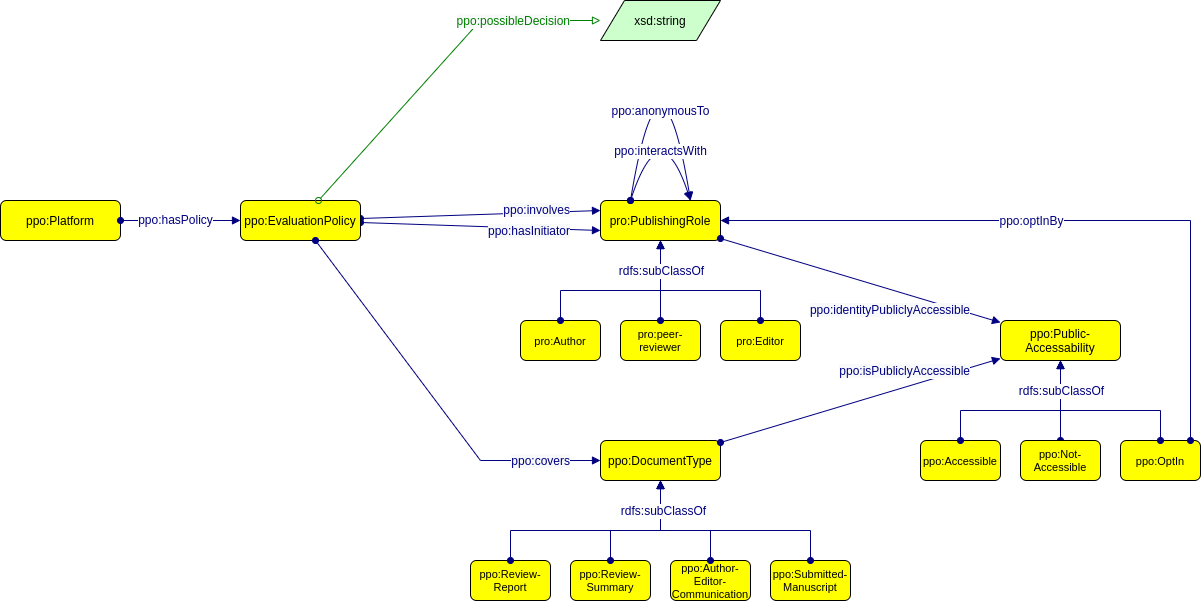
Above: ontology/img/job_ontology-Evaluation.drawio.png in CWTSLeiden/Journal-Observatory-data (draw.io), before the change. Source tidied: cells renumbered, new cells last; positions are measured from the earlier drawing's top-left corner, leaving out a move shared by most shapes.
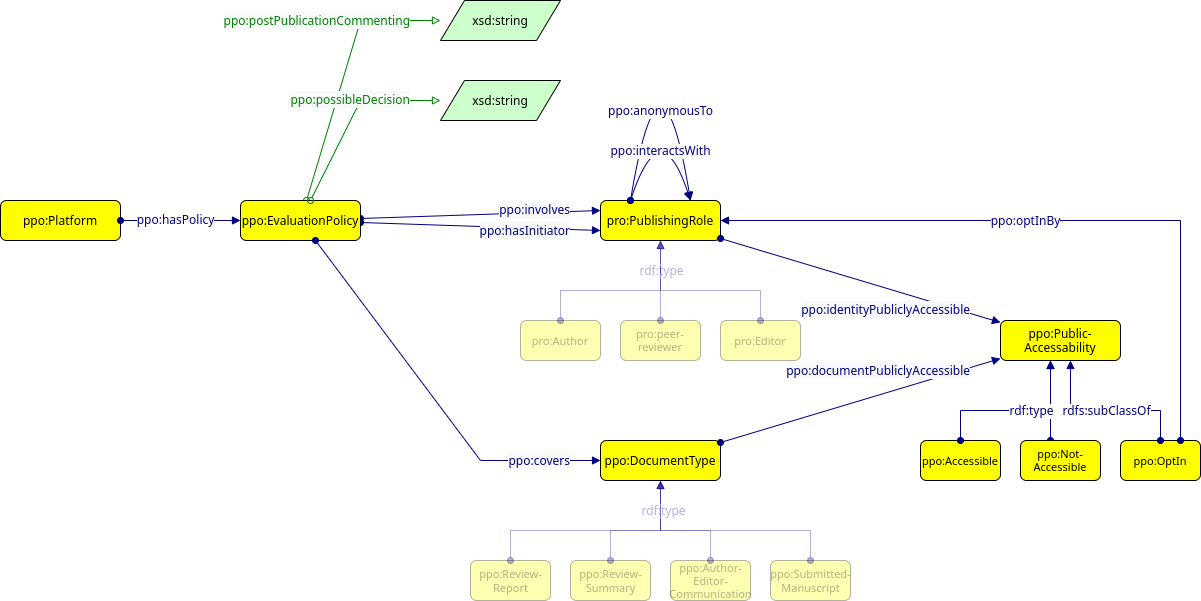
After the change.

The edit, as a diff of the source:
```diff
@@ -2,6 +2,18 @@
   <root>
     <mxCell id="0" />
     <mxCell id="1" parent="0" />
+    <mxCell id="51" style="graphMlID=e2;rounded=0;endArrow=block;strokeColor=#008000;strokeWidth=1.0;startArrow=oval;startFill=0;endFill=0;fontFamily=Helvetica;fontSize=12;" parent="1" edge="1" source="6" target="54">
+      <mxGeometry relative="1" as="geometry">
+        <Array as="points">
+          <mxPoint x="360" y="20" />
+        </Array>
+      </mxGeometry>
+    </mxCell>
+    <mxCell id="52" value="&lt;font color=&quot;#008000&quot;&gt;&lt;span style=&quot;background-color: rgb(248, 249, 250);&quot;&gt;ppo:postPublicationCommenting&lt;/span&gt;&lt;/font&gt;" style="text;html=1;align=right;verticalAlign=middle;labelBackgroundColor=#ffffff;fontFamily=Helvetica;fontSize=12;" parent="51" vertex="1">
+      <mxGeometry x="-0.09" y="3" relative="1" as="geometry">
+        <mxPoint x="72" y="-62" as="offset" />
+      </mxGeometry>
+    </mxCell>
     <mxCell id="2" style="graphMlID=e0;rounded=0;endArrow=block;strokeColor=#000080;strokeWidth=1.0;startArrow=oval;startFill=1;endFill=1;fontFamily=Helvetica;fontSize=11;entryX=0;entryY=0.75;entryDx=0;entryDy=0;" parent="1" edge="1" source="6" target="13">
       <mxGeometry relative="1" as="geometry" />
     </mxCell>
@@ -33,17 +45,17 @@
     <mxCell id="10" style="graphMlID=e2;rounded=0;endArrow=block;strokeColor=#008000;strokeWidth=1.0;startArrow=oval;startFill=0;endFill=0;fontFamily=Helvetica;fontSize=12;" parent="1" edge="1" source="6" target="12">
       <mxGeometry relative="1" as="geometry">
         <Array as="points">
-          <mxPoint x="480" y="20" />
+          <mxPoint x="360" y="100" />
         </Array>
       </mxGeometry>
     </mxCell>
     <mxCell id="11" value="&lt;font color=&quot;#008000&quot;&gt;&lt;span style=&quot;background-color: rgb(248, 249, 250);&quot;&gt;ppo:possibleDecision&lt;/span&gt;&lt;/font&gt;" style="text;html=1;align=right;verticalAlign=middle;labelBackgroundColor=#ffffff;fontFamily=Helvetica;fontSize=12;" parent="10" vertex="1">
       <mxGeometry x="-0.09" y="3" relative="1" as="geometry">
-        <mxPoint x="144" y="-55" as="offset" />
+        <mxPoint x="64" y="-21" as="offset" />
       </mxGeometry>
     </mxCell>
     <mxCell id="12" value="xsd:string" style="graphMlID=n6;shape=parallelogram;fillColor=#ccffcc;strokeColor=#000000;strokeWidth=1.0;" parent="1" vertex="1">
-      <mxGeometry x="600" width="120" height="40" as="geometry" />
+      <mxGeometry x="440" y="80" width="120" height="40" as="geometry" />
     </mxCell>
     <mxCell id="13" value="pro:PublishingRole" style="graphMlID=n4;shape=rect;rounded=1;arcsize=30;fillColor=#ffff00;strokeColor=#000000;strokeWidth=1.0;" parent="1" vertex="1">
       <mxGeometry x="600" y="200" width="120" height="40" as="geometry" />
@@ -75,16 +87,16 @@
         <mxPoint x="136" y="62" as="offset" />
       </mxGeometry>
     </mxCell>
-    <mxCell id="19" value="pro:Author" style="graphMlID=n4;shape=rect;rounded=1;arcsize=30;fillColor=#ffff00;strokeColor=#000000;strokeWidth=1.0;fontSize=11;fillStyle=auto;" parent="1" vertex="1">
+    <mxCell id="19" value="pro:Author" style="graphMlID=n4;shape=rect;rounded=1;arcsize=30;fillColor=#ffff00;strokeColor=#000000;strokeWidth=1.0;fontSize=11;fillStyle=auto;opacity=30;textOpacity=30;" parent="1" vertex="1">
       <mxGeometry x="520" y="320" width="80" height="40" as="geometry" />
     </mxCell>
-    <mxCell id="20" value="pro:peer-&#10;reviewer" style="graphMlID=n4;shape=rect;rounded=1;arcsize=30;fillColor=#ffff00;strokeColor=#000000;strokeWidth=1.0;fontSize=11;fillStyle=auto;" parent="1" vertex="1">
+    <mxCell id="20" value="pro:peer-&#10;reviewer" style="graphMlID=n4;shape=rect;rounded=1;arcsize=30;fillColor=#ffff00;strokeColor=#000000;strokeWidth=1.0;fontSize=11;fillStyle=auto;opacity=30;textOpacity=30;" parent="1" vertex="1">
       <mxGeometry x="620" y="320" width="80" height="40" as="geometry" />
     </mxCell>
-    <mxCell id="21" value="pro:Editor" style="graphMlID=n4;shape=rect;rounded=1;arcsize=30;fillColor=#ffff00;strokeColor=#000000;strokeWidth=1.0;fontSize=11;fillStyle=auto;" parent="1" vertex="1">
+    <mxCell id="21" value="pro:Editor" style="graphMlID=n4;shape=rect;rounded=1;arcsize=30;fillColor=#ffff00;strokeColor=#000000;strokeWidth=1.0;fontSize=11;fillStyle=auto;opacity=30;textOpacity=30;" parent="1" vertex="1">
       <mxGeometry x="720" y="320" width="80" height="40" as="geometry" />
     </mxCell>
-    <mxCell id="22" style="graphMlID=e0;rounded=0;endArrow=block;strokeColor=#000080;strokeWidth=1.0;startArrow=oval;startFill=1;endFill=1;fontFamily=Helvetica;elbow=vertical;fontSize=12;edgeStyle=orthogonalEdgeStyle;" parent="1" edge="1" source="20" target="13">
+    <mxCell id="22" style="graphMlID=e0;rounded=0;endArrow=block;strokeColor=#000080;strokeWidth=1.0;startArrow=oval;startFill=1;endFill=1;fontFamily=Helvetica;elbow=vertical;fontSize=12;edgeStyle=orthogonalEdgeStyle;opacity=30;textOpacity=30;" parent="1" edge="1" source="20" target="13">
       <mxGeometry relative="1" as="geometry">
         <Array as="points">
           <mxPoint x="660" y="280" />
@@ -92,7 +104,7 @@
         </Array>
       </mxGeometry>
     </mxCell>
-    <mxCell id="23" style="graphMlID=e0;rounded=0;endArrow=block;strokeColor=#000080;strokeWidth=1.0;startArrow=oval;startFill=1;endFill=1;fontFamily=Helvetica;elbow=vertical;fontSize=12;edgeStyle=orthogonalEdgeStyle;" parent="1" edge="1" source="21" target="13">
+    <mxCell id="23" style="graphMlID=e0;rounded=0;endArrow=block;strokeColor=#000080;strokeWidth=1.0;startArrow=oval;startFill=1;endFill=1;fontFamily=Helvetica;elbow=vertical;fontSize=12;edgeStyle=orthogonalEdgeStyle;opacity=30;textOpacity=30;" parent="1" edge="1" source="21" target="13">
       <mxGeometry relative="1" as="geometry">
         <Array as="points">
           <mxPoint x="760" y="290" />
@@ -100,7 +112,7 @@
         </Array>
       </mxGeometry>
     </mxCell>
-    <mxCell id="24" style="graphMlID=e0;rounded=0;endArrow=block;strokeColor=#000080;strokeWidth=1.0;startArrow=oval;startFill=1;endFill=1;fontFamily=Helvetica;elbow=vertical;fontSize=12;edgeStyle=orthogonalEdgeStyle;" parent="1" edge="1" source="19" target="13">
+    <mxCell id="24" style="graphMlID=e0;rounded=0;endArrow=block;strokeColor=#000080;strokeWidth=1.0;startArrow=oval;startFill=1;endFill=1;fontFamily=Helvetica;elbow=vertical;fontSize=12;edgeStyle=orthogonalEdgeStyle;opacity=30;textOpacity=30;" parent="1" edge="1" source="19" target="13">
       <mxGeometry relative="1" as="geometry">
         <Array as="points">
           <mxPoint x="560" y="290" />
@@ -108,7 +120,7 @@
         </Array>
       </mxGeometry>
     </mxCell>
-    <mxCell id="25" value="rdfs:subClassOf" style="edgeLabel;html=1;align=center;verticalAlign=middle;fontSize=12;fontFamily=Helvetica;fontColor=#000080;" parent="24" vertex="1">
+    <mxCell id="25" value="rdf:type" style="edgeLabel;html=1;align=center;verticalAlign=middle;fontSize=12;fontFamily=Helvetica;fontColor=#000080;textOpacity=30;" parent="24" vertex="1">
       <mxGeometry x="-0.11" y="1" relative="1" as="geometry">
         <mxPoint x="49" y="-19" as="offset" />
       </mxGeometry>
@@ -125,16 +137,16 @@
         <mxPoint x="4" y="31" as="offset" />
       </mxGeometry>
     </mxCell>
-    <mxCell id="28" value="ppo:Review-&#10;Report" style="graphMlID=n4;shape=rect;rounded=1;arcsize=30;fillColor=#ffff00;strokeColor=#000000;strokeWidth=1.0;fontSize=11;fillStyle=auto;" parent="1" vertex="1">
+    <mxCell id="28" value="ppo:Review-&lt;br&gt;Report" style="graphMlID=n4;shape=rect;rounded=1;arcsize=30;fillColor=#ffff00;strokeColor=#000000;strokeWidth=1.0;fontSize=11;fillStyle=auto;textOpacity=30;html=1;opacity=30;" parent="1" vertex="1">
       <mxGeometry x="470" y="560" width="80" height="40" as="geometry" />
     </mxCell>
-    <mxCell id="29" value="ppo:Review-&#10;Summary" style="graphMlID=n4;shape=rect;rounded=1;arcsize=30;fillColor=#ffff00;strokeColor=#000000;strokeWidth=1.0;fontSize=11;fillStyle=auto;" parent="1" vertex="1">
+    <mxCell id="29" value="ppo:Review-&lt;br&gt;Summary" style="graphMlID=n4;shape=rect;rounded=1;arcsize=30;fillColor=#ffff00;strokeColor=#000000;strokeWidth=1.0;fontSize=11;fillStyle=auto;textOpacity=30;html=1;opacity=30;" parent="1" vertex="1">
       <mxGeometry x="570" y="560" width="80" height="40" as="geometry" />
     </mxCell>
-    <mxCell id="30" value="ppo:Author-&#10;Editor-&#10;Communication" style="graphMlID=n4;shape=rect;rounded=1;arcsize=30;fillColor=#ffff00;strokeColor=#000000;strokeWidth=1.0;fontSize=11;fillStyle=auto;" parent="1" vertex="1">
+    <mxCell id="30" value="ppo:Author-&lt;br&gt;Editor-&lt;br&gt;Communication" style="graphMlID=n4;shape=rect;rounded=1;arcsize=30;fillColor=#ffff00;strokeColor=#000000;strokeWidth=1.0;fontSize=11;fillStyle=auto;textOpacity=30;html=1;opacity=30;" parent="1" vertex="1">
       <mxGeometry x="670" y="560" width="80" height="40" as="geometry" />
     </mxCell>
-    <mxCell id="31" style="graphMlID=e0;rounded=0;endArrow=block;strokeColor=#000080;strokeWidth=1.0;startArrow=oval;startFill=1;endFill=1;fontFamily=Helvetica;elbow=vertical;fontSize=12;edgeStyle=orthogonalEdgeStyle;" parent="1" edge="1" source="29" target="16">
+    <mxCell id="31" style="graphMlID=e0;rounded=0;endArrow=block;strokeColor=#000080;strokeWidth=1.0;startArrow=oval;startFill=1;endFill=1;fontFamily=Helvetica;elbow=vertical;fontSize=12;edgeStyle=orthogonalEdgeStyle;textOpacity=30;html=1;opacity=30;" parent="1" edge="1" source="29" target="16">
       <mxGeometry relative="1" as="geometry">
         <Array as="points">
           <mxPoint x="610" y="530" />
@@ -142,7 +154,7 @@
         </Array>
       </mxGeometry>
     </mxCell>
-    <mxCell id="32" style="graphMlID=e0;rounded=0;endArrow=block;strokeColor=#000080;strokeWidth=1.0;startArrow=oval;startFill=1;endFill=1;fontFamily=Helvetica;elbow=vertical;fontSize=12;edgeStyle=orthogonalEdgeStyle;" parent="1" edge="1" source="30" target="16">
+    <mxCell id="32" style="graphMlID=e0;rounded=0;endArrow=block;strokeColor=#000080;strokeWidth=1.0;startArrow=oval;startFill=1;endFill=1;fontFamily=Helvetica;elbow=vertical;fontSize=12;edgeStyle=orthogonalEdgeStyle;textOpacity=30;html=1;opacity=30;" parent="1" edge="1" source="30" target="16">
       <mxGeometry relative="1" as="geometry">
         <Array as="points">
           <mxPoint x="710" y="530" />
@@ -150,10 +162,10 @@
         </Array>
       </mxGeometry>
     </mxCell>
-    <mxCell id="33" value="ppo:Submitted-&#10;Manuscript" style="graphMlID=n4;shape=rect;rounded=1;arcsize=30;fillColor=#ffff00;strokeColor=#000000;strokeWidth=1.0;fontSize=11;fillStyle=auto;" parent="1" vertex="1">
+    <mxCell id="33" value="ppo:Submitted-&lt;br&gt;Manuscript" style="graphMlID=n4;shape=rect;rounded=1;arcsize=30;fillColor=#ffff00;strokeColor=#000000;strokeWidth=1.0;fontSize=11;fillStyle=auto;textOpacity=30;html=1;opacity=30;" parent="1" vertex="1">
       <mxGeometry x="770" y="560" width="80" height="40" as="geometry" />
     </mxCell>
-    <mxCell id="34" style="graphMlID=e0;rounded=0;endArrow=block;strokeColor=#000080;strokeWidth=1.0;startArrow=oval;startFill=1;endFill=1;fontFamily=Helvetica;elbow=vertical;fontSize=12;edgeStyle=orthogonalEdgeStyle;" parent="1" edge="1" source="33" target="16">
+    <mxCell id="34" style="graphMlID=e0;rounded=0;endArrow=block;strokeColor=#000080;strokeWidth=1.0;startArrow=oval;startFill=1;endFill=1;fontFamily=Helvetica;elbow=vertical;fontSize=12;edgeStyle=orthogonalEdgeStyle;textOpacity=30;html=1;opacity=30;" parent="1" edge="1" source="33" target="16">
       <mxGeometry relative="1" as="geometry">
         <Array as="points">
           <mxPoint x="810" y="530" />
@@ -161,7 +173,7 @@
         </Array>
       </mxGeometry>
     </mxCell>
-    <mxCell id="35" style="graphMlID=e0;rounded=0;endArrow=block;strokeColor=#000080;strokeWidth=1.0;startArrow=oval;startFill=1;endFill=1;fontFamily=Helvetica;elbow=vertical;fontSize=12;edgeStyle=orthogonalEdgeStyle;" parent="1" edge="1" source="28" target="16">
+    <mxCell id="35" style="graphMlID=e0;rounded=0;endArrow=block;strokeColor=#000080;strokeWidth=1.0;startArrow=oval;startFill=1;endFill=1;fontFamily=Helvetica;elbow=vertical;fontSize=12;edgeStyle=orthogonalEdgeStyle;textOpacity=30;html=1;opacity=30;" parent="1" edge="1" source="28" target="16">
       <mxGeometry relative="1" as="geometry">
         <Array as="points">
           <mxPoint x="510" y="530" />
@@ -169,7 +181,7 @@
         </Array>
       </mxGeometry>
     </mxCell>
-    <mxCell id="36" value="rdfs:subClassOf" style="edgeLabel;html=1;align=center;verticalAlign=middle;fontSize=12;fontFamily=Helvetica;fontColor=#000080;" parent="35" vertex="1">
+    <mxCell id="36" value="rdf:type" style="edgeLabel;html=1;align=center;verticalAlign=middle;fontSize=12;fontFamily=Helvetica;fontColor=#000080;textOpacity=30;" parent="35" vertex="1">
       <mxGeometry x="-0.11" y="1" relative="1" as="geometry">
         <mxPoint x="79" y="-19" as="offset" />
       </mxGeometry>
@@ -187,15 +199,15 @@
       <mxGeometry relative="1" as="geometry">
         <Array as="points">
           <mxPoint x="1160" y="410" />
-          <mxPoint x="1060" y="410" />
+          <mxPoint x="1070" y="410" />
         </Array>
       </mxGeometry>
     </mxCell>
     <mxCell id="41" style="graphMlID=e0;rounded=0;endArrow=block;strokeColor=#000080;strokeWidth=1.0;startArrow=oval;startFill=1;endFill=1;fontFamily=Helvetica;elbow=vertical;fontSize=12;edgeStyle=orthogonalEdgeStyle;" parent="1" edge="1" source="44" target="37">
       <mxGeometry relative="1" as="geometry">
         <Array as="points">
-          <mxPoint x="1060" y="440" />
-          <mxPoint x="1060" y="440" />
+          <mxPoint x="1050" y="400" />
+          <mxPoint x="1050" y="400" />
         </Array>
       </mxGeometry>
     </mxCell>
@@ -203,15 +215,20 @@
       <mxGeometry relative="1" as="geometry">
         <Array as="points">
           <mxPoint x="960" y="410" />
-          <mxPoint x="1060" y="410" />
+          <mxPoint x="1050" y="410" />
         </Array>
       </mxGeometry>
     </mxCell>
     <mxCell id="43" value="rdfs:subClassOf" style="edgeLabel;html=1;align=center;verticalAlign=middle;fontSize=12;fontFamily=Helvetica;fontColor=#000080;" parent="42" vertex="1">
       <mxGeometry x="-0.11" y="1" relative="1" as="geometry">
-        <mxPoint x="49" y="-19" as="offset" />
+        <mxPoint x="99" y="1" as="offset" />
       </mxGeometry>
     </mxCell>
+    <mxCell id="53" value="rdf:type" style="edgeLabel;html=1;align=center;verticalAlign=middle;fontSize=12;fontColor=#000080;" parent="42" vertex="1">
+      <mxGeometry x="0.19" y="-4" relative="1" as="geometry">
+        <mxPoint x="-1" y="-4" as="offset" />
+      </mxGeometry>
+    </mxCell>
     <mxCell id="44" value="ppo:Not-&#10;Accessible" style="graphMlID=n4;shape=rect;rounded=1;arcsize=30;fillColor=#ffff00;strokeColor=#000000;strokeWidth=1.0;fontSize=11;fillStyle=auto;" parent="1" vertex="1">
       <mxGeometry x="1020" y="440" width="80" height="40" as="geometry" />
     </mxCell>
@@ -226,7 +243,7 @@
     <mxCell id="47" style="graphMlID=e0;rounded=0;endArrow=block;strokeColor=#000080;strokeWidth=1.0;startArrow=oval;startFill=1;endFill=1;fontFamily=Helvetica;fontSize=11;" parent="1" edge="1" source="16" target="37">
       <mxGeometry relative="1" as="geometry" />
     </mxCell>
-    <mxCell id="48" value="&lt;span style=&quot;color: rgb(0, 0, 128); font-size: 12px; background-color: rgb(248, 249, 250);&quot;&gt;ppo:isPubliclyAccessible&lt;/span&gt;" style="text;html=1;align=right;verticalAlign=middle;labelBackgroundColor=#ffffff;fontSize=12;fontFamily=Helvetica;" parent="47" vertex="1">
+    <mxCell id="48" value="&lt;span style=&quot;color: rgb(0, 0, 128); font-size: 12px; background-color: rgb(248, 249, 250);&quot;&gt;ppo:documentPubliclyAccessible&lt;/span&gt;" style="text;html=1;align=right;verticalAlign=middle;labelBackgroundColor=#ffffff;fontSize=12;fontFamily=Helvetica;" parent="47" vertex="1">
       <mxGeometry relative="1" as="geometry">
         <mxPoint x="110" y="-30" as="offset" />
       </mxGeometry>
@@ -234,7 +251,7 @@
     <mxCell id="49" style="graphMlID=e0;rounded=0;endArrow=block;strokeColor=#000080;strokeWidth=1.0;startArrow=oval;startFill=1;endFill=1;fontFamily=Helvetica;elbow=vertical;fontSize=12;edgeStyle=orthogonalEdgeStyle;" parent="1" edge="1" source="39" target="13">
       <mxGeometry relative="1" as="geometry">
         <Array as="points">
-          <mxPoint x="1190" y="220" />
+          <mxPoint x="1180" y="220" />
         </Array>
       </mxGeometry>
     </mxCell>
@@ -243,5 +260,8 @@
         <mxPoint x="-111" y="2" as="offset" />
       </mxGeometry>
     </mxCell>
+    <mxCell id="54" value="xsd:string" style="graphMlID=n6;shape=parallelogram;fillColor=#ccffcc;strokeColor=#000000;strokeWidth=1.0;" parent="1" vertex="1">
+      <mxGeometry x="440" width="120" height="40" as="geometry" />
+    </mxCell>
   </root>
 </mxGraphModel>
```
